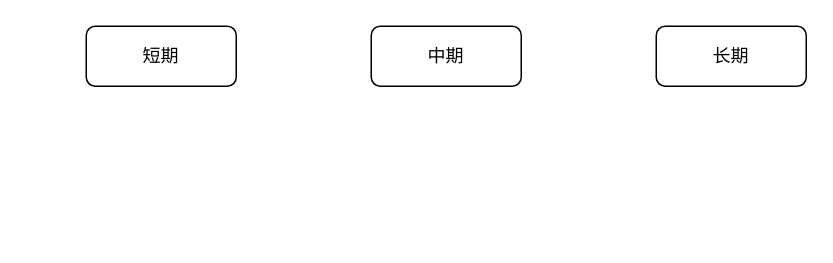
This is 人员构成.drawio from gaochaowyq/MinderGraph, a draw.io file, before an edit. Source tidied: cells renumbered, new cells numbered last; positions are measured from the earlier drawing's top-left corner, leaving out a move shared by most shapes. Both pictures are drawn from the tidied source at 150%, with x=0, y=0 at pixel (86, 26).
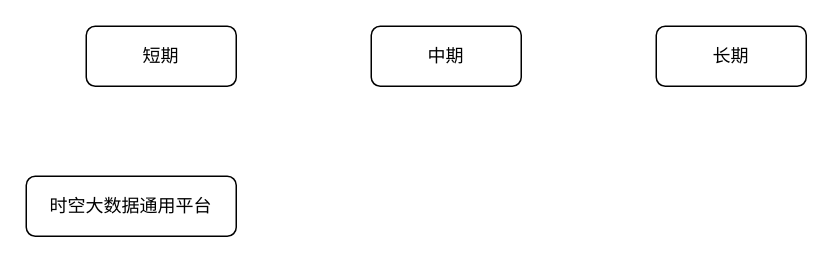
After the change.

The edit, as a diff of the source:
```diff
@@
 <mxGraphModel>
   <root>
     <mxCell id="0" />
     <mxCell id="1" parent="0" />
     <mxCell id="2" value="短期" style="rounded=1;whiteSpace=wrap;html=1;" parent="1" vertex="1">
       <mxGeometry width="100" height="40" as="geometry" />
     </mxCell>
     <mxCell id="3" value="中期" style="rounded=1;whiteSpace=wrap;html=1;" parent="1" vertex="1">
       <mxGeometry x="190" width="100" height="40" as="geometry" />
     </mxCell>
     <mxCell id="4" value="长期" style="rounded=1;whiteSpace=wrap;html=1;" parent="1" vertex="1">
       <mxGeometry x="380" width="100" height="40" as="geometry" />
     </mxCell>
+    <mxCell id="5" value="时空大数据通用平台" style="rounded=1;whiteSpace=wrap;html=1;" parent="1" vertex="1">
+      <mxGeometry x="-40" y="100" width="140" height="40" as="geometry" />
+    </mxCell>
   </root>
 </mxGraphModel>
```
